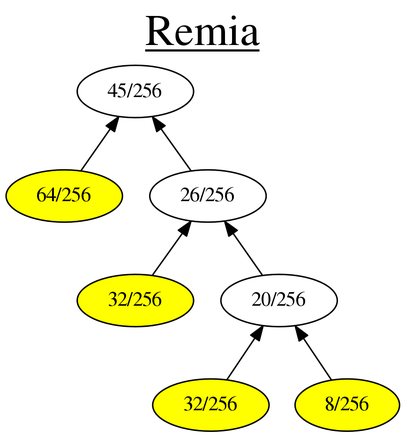
iitramar/guiTool keeps this Graphviz diagram as GuiTool/image/Remia/RemiaDot.png. Above is the earlier version. Its source is kept beside it as GuiTool/image/Remia/RemiaDot.dot.
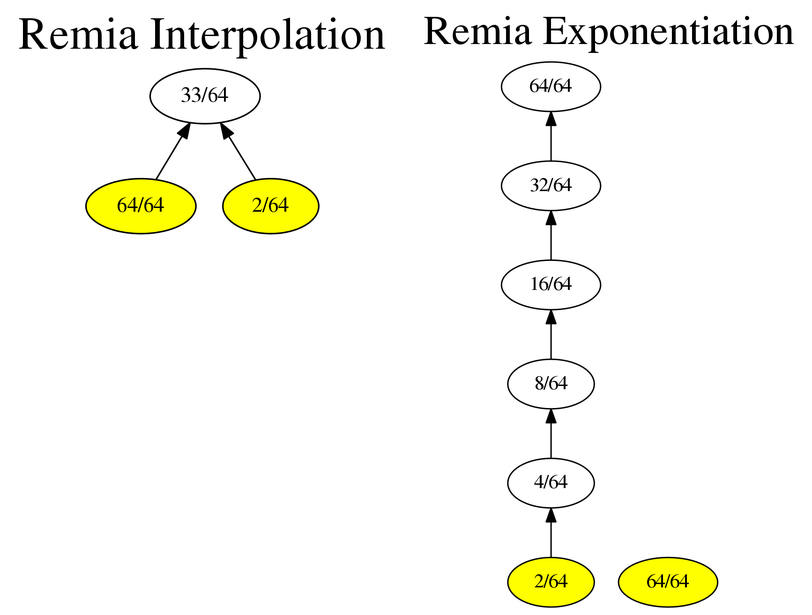
After the commit.

Change to the diagram source:
```diff
@@ -1,21 +1,11 @@
 digraph G {
 rankdir = BT;
-graph [label= <<u>Remia</u>> , labelloc=t, fontsize=30];
-1[label= " 45/256 " ];
-2[label= " 64/256 " ];
+graph [label= "Remia Interpolation", labelloc=t, fontsize=30];
+1[label= " 33/64 " ];
+2[label= " 64/64 " ];
 2->1
-3[label= " 26/256 " ];
+3[label= " 2/64 " ];
 3->1
 2[style=filled, fillcolor=yellow];
-6[label= " 32/256 " ];
-6->3
-7[label= " 20/256 " ];
-7->3
-6[style=filled, fillcolor=yellow];
-14[label= " 32/256 " ];
-14->7
-15[label= " 8/256 " ];
-15->7
-14[style=filled, fillcolor=yellow];
-15[style=filled, fillcolor=yellow];
+3[style=filled, fillcolor=yellow];
 }
```
